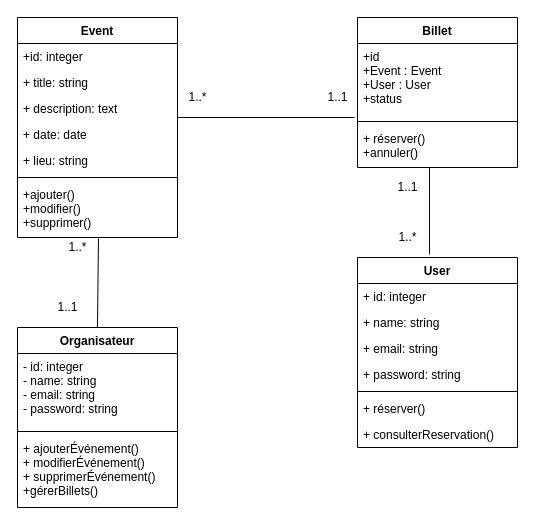
AmeksaKhadija/oopChallenge keeps this draw.io diagram as conception/DC.drawio. Above is the earlier version. Source tidied: cells renumbered, new cells numbered last; positions are measured from the earlier drawing's top-left corner, leaving out a move shared by most shapes. Both pictures are drawn from the tidied source at 100%, with x=0, y=0 at pixel (17, 17).
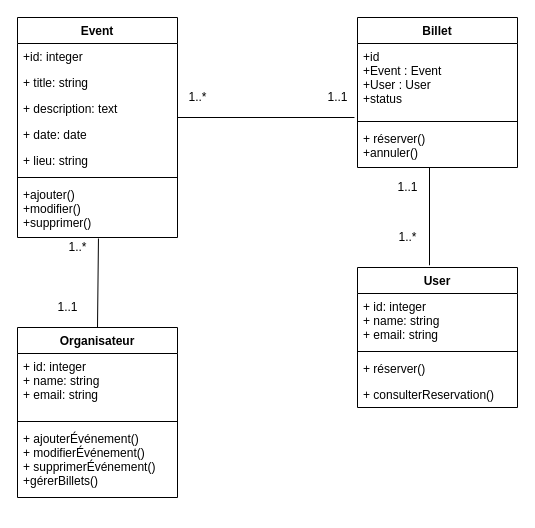
The same diagram, later.

Commit message (it also covers changes not shown here):
diagramme use case

Change to the diagram source:
```diff
@@
     <mxCell id="2" value="Organisateur" style="swimlane;fontStyle=1;align=center;verticalAlign=top;horizontal=1;startSize=26;" parent="1" vertex="1">
-      <mxGeometry y="310" width="160" height="180" as="geometry" />
+      <mxGeometry y="310" width="160" height="170" as="geometry" />
     </mxCell>
-    <mxCell id="3" value="- id: integer&#10;- name: string&#10;- email: string&#10;- password: string&#10;&#10;&#10;&#10;" style="text;strokeColor=none;fillColor=none;align=left;verticalAlign=top;spacingLeft=4;spacingRight=4;overflow=hidden;" parent="2" vertex="1">
-      <mxGeometry y="26" width="160" height="74" as="geometry" />
+    <mxCell id="3" value="+ id: integer&#10;+ name: string&#10;+ email: string" style="text;strokeColor=none;fillColor=none;align=left;verticalAlign=top;spacingLeft=4;spacingRight=4;overflow=hidden;" parent="2" vertex="1">
+      <mxGeometry y="26" width="160" height="64" as="geometry" />
     </mxCell>
     <mxCell id="4" style="line;strokeWidth=1;fillColor=none;align=left;verticalAlign=middle;spacingTop=-1;spacingLeft=3;spacingRight=3;labelPosition=right;strokeColor=inherit;" parent="2" vertex="1">
-      <mxGeometry y="100" width="160" height="8" as="geometry" />
+      <mxGeometry y="90" width="160" height="8" as="geometry" />
     </mxCell>
     <mxCell id="5" value="+ ajouterÉvénement()&#10;+ modifierÉvénement()&#10;+ supprimerÉvénement()&#10;+gérerBillets()" style="text;strokeColor=none;fillColor=none;align=left;verticalAlign=top;spacingLeft=4;spacingRight=4;overflow=hidden;" parent="2" vertex="1">
-      <mxGeometry y="108" width="160" height="72" as="geometry" />
+      <mxGeometry y="98" width="160" height="72" as="geometry" />
     </mxCell>
@@
     <mxCell id="18" value="User" style="swimlane;fontStyle=1;align=center;verticalAlign=top;horizontal=1;startSize=26;" parent="1" vertex="1">
-      <mxGeometry x="340" y="240" width="160" height="190" as="geometry" />
+      <mxGeometry x="340" y="250" width="160" height="140" as="geometry" />
     </mxCell>
-    <mxCell id="19" value="+ id: integer" style="text;strokeColor=none;fillColor=none;align=left;verticalAlign=top;spacingLeft=4;spacingRight=4;overflow=hidden;" parent="18" vertex="1">
-      <mxGeometry y="26" width="160" height="26" as="geometry" />
+    <mxCell id="19" value="+ id: integer&#10;+ name: string&#10;+ email: string" style="text;strokeColor=none;fillColor=none;align=left;verticalAlign=top;spacingLeft=4;spacingRight=4;overflow=hidden;" parent="18" vertex="1">
+      <mxGeometry y="26" width="160" height="54" as="geometry" />
     </mxCell>
-    <mxCell id="20" value="+ name: string" style="text;strokeColor=none;fillColor=none;align=left;verticalAlign=top;spacingLeft=4;spacingRight=4;overflow=hidden;" parent="18" vertex="1">
-      <mxGeometry y="52" width="160" height="26" as="geometry" />
-    </mxCell>
-    <mxCell id="21" value="+ email: string" style="text;strokeColor=none;fillColor=none;align=left;verticalAlign=top;spacingLeft=4;spacingRight=4;overflow=hidden;" parent="18" vertex="1">
-      <mxGeometry y="78" width="160" height="26" as="geometry" />
-    </mxCell>
-    <mxCell id="22" value="+ password: string" style="text;strokeColor=none;fillColor=none;align=left;verticalAlign=top;spacingLeft=4;spacingRight=4;overflow=hidden;" parent="18" vertex="1">
-      <mxGeometry y="104" width="160" height="26" as="geometry" />
-    </mxCell>
     <mxCell id="23" style="line;strokeWidth=1;fillColor=none;align=left;verticalAlign=middle;spacingTop=-1;spacingLeft=3;spacingRight=3;labelPosition=right;strokeColor=inherit;" parent="18" vertex="1">
-      <mxGeometry y="130" width="160" height="8" as="geometry" />
+      <mxGeometry y="80" width="160" height="8" as="geometry" />
     </mxCell>
     <mxCell id="24" value="+ réserver()" style="text;strokeColor=none;fillColor=none;align=left;verticalAlign=top;spacingLeft=4;spacingRight=4;overflow=hidden;" parent="18" vertex="1">
-      <mxGeometry y="138" width="160" height="26" as="geometry" />
+      <mxGeometry y="88" width="160" height="26" as="geometry" />
     </mxCell>
     <mxCell id="25" value="+ consulterReservation()" style="text;strokeColor=none;fillColor=none;align=left;verticalAlign=top;spacingLeft=4;spacingRight=4;overflow=hidden;" parent="18" vertex="1">
-      <mxGeometry y="164" width="160" height="26" as="geometry" />
+      <mxGeometry y="114" width="160" height="26" as="geometry" />
     </mxCell>
```
